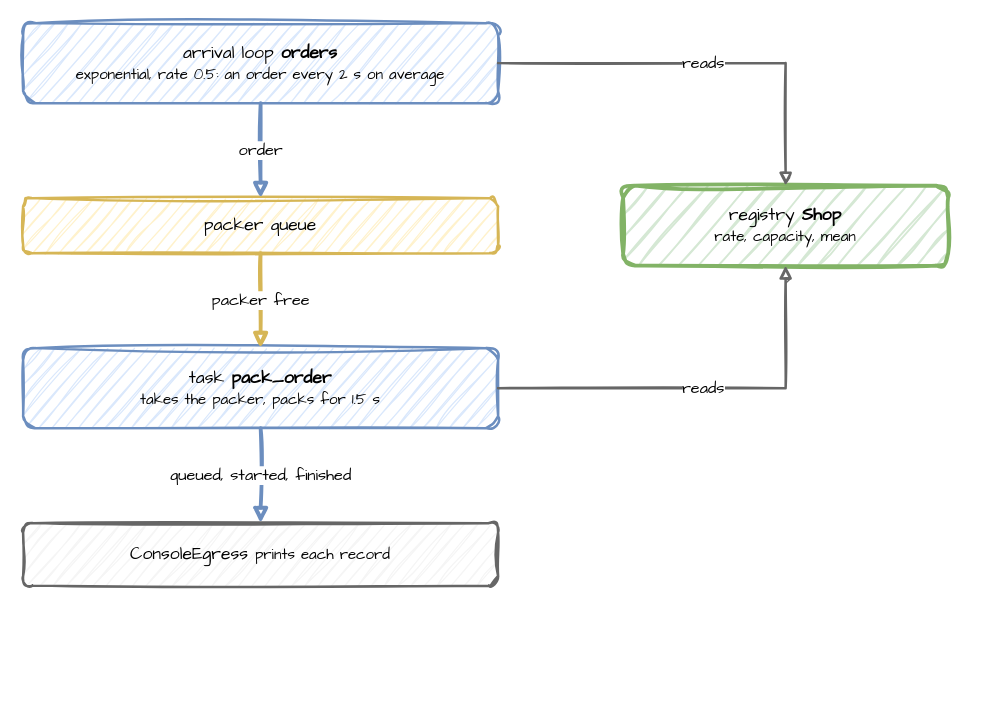
This is docs/assets/diagrams/first-shop.drawio from jaehyeon-kim/desflow, a draw.io file, before an edit. Source tidied: cells renumbered, new cells numbered last; positions are measured from the earlier drawing's top-left corner, leaving out a move shared by most shapes. Both pictures are drawn from the tidied source at 125%, with x=0, y=0 at pixel (22, 22).
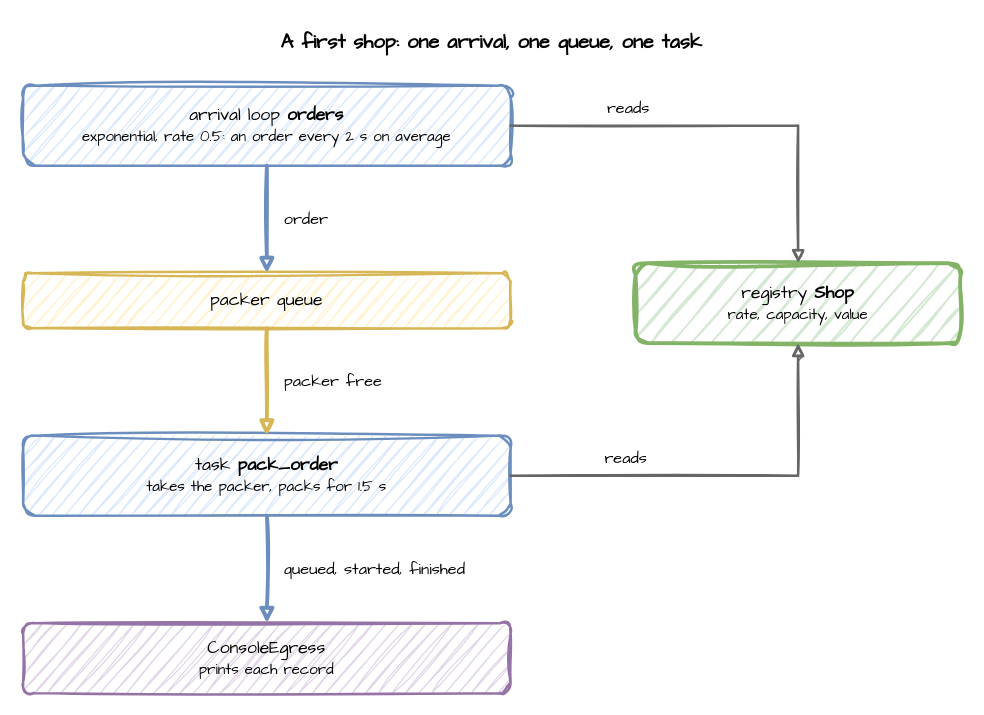
Above is the later version.

The edit, as a diff of the source:
```diff
@@
 <mxGraphModel>
   <root>
     <mxCell id="0" />
     <mxCell id="1" parent="0" />
+    <mxCell id="12" value="A first shop: one arrival, one queue, one task" style="text;html=1;align=center;verticalAlign=middle;whiteSpace=wrap;fontFamily=Comic Sans MS;fontSize=16;fontStyle=1;" parent="1" vertex="1">
+      <mxGeometry width="750" height="30" as="geometry" />
+    </mxCell>
     <mxCell id="2" value="arrival loop &lt;b&gt;orders&lt;/b&gt;&lt;br&gt;&lt;font style='font-size:12px'&gt;exponential, rate 0.5: an order every 2 s on average&lt;/font&gt;" style="rounded=1;whiteSpace=wrap;html=1;sketch=1;curveFitting=1;jiggle=2;fontFamily=Comic Sans MS;fontSize=14;fillColor=#dae8fc;strokeColor=#6c8ebf;strokeWidth=2;" parent="1" vertex="1">
-      <mxGeometry width="380" height="64" as="geometry" />
+      <mxGeometry y="50" width="390" height="64" as="geometry" />
     </mxCell>
     <mxCell id="3" value="packer queue" style="rounded=1;whiteSpace=wrap;html=1;sketch=1;curveFitting=1;jiggle=2;fontFamily=Comic Sans MS;fontSize=14;fillColor=#fff2cc;strokeColor=#d6b656;strokeWidth=2;" parent="1" vertex="1">
-      <mxGeometry y="140" width="380" height="44" as="geometry" />
+      <mxGeometry y="200" width="390" height="44" as="geometry" />
     </mxCell>
     <mxCell id="4" value="task &lt;b&gt;pack_order&lt;/b&gt;&lt;br&gt;&lt;font style='font-size:12px'&gt;takes the packer, packs for 1.5 s&lt;/font&gt;" style="rounded=1;whiteSpace=wrap;html=1;sketch=1;curveFitting=1;jiggle=2;fontFamily=Comic Sans MS;fontSize=14;fillColor=#dae8fc;strokeColor=#6c8ebf;strokeWidth=2;" parent="1" vertex="1">
-      <mxGeometry y="260" width="380" height="64" as="geometry" />
+      <mxGeometry y="330" width="390" height="64" as="geometry" />
     </mxCell>
-    <mxCell id="5" value="ConsoleEgress &lt;font style='font-size:12px'&gt;prints each record&lt;/font&gt;" style="rounded=1;whiteSpace=wrap;html=1;sketch=1;curveFitting=1;jiggle=2;fontFamily=Comic Sans MS;fontSize=14;fillColor=#f5f5f5;strokeColor=#666666;strokeWidth=2;" parent="1" vertex="1">
-      <mxGeometry y="400" width="380" height="50" as="geometry" />
+    <mxCell id="5" value="ConsoleEgress&lt;br&gt;&lt;font style='font-size:12px'&gt;prints each record&lt;/font&gt;" style="rounded=1;whiteSpace=wrap;html=1;sketch=1;curveFitting=1;jiggle=2;fontFamily=Comic Sans MS;fontSize=14;fillColor=#e1d5e7;strokeColor=#9673a6;strokeWidth=2;" parent="1" vertex="1">
+      <mxGeometry y="480" width="390" height="56" as="geometry" />
     </mxCell>
-    <mxCell id="6" value="registry &lt;b&gt;Shop&lt;/b&gt;&lt;br&gt;&lt;font style='font-size:12px'&gt;rate, capacity, mean&lt;/font&gt;" style="rounded=1;whiteSpace=wrap;html=1;sketch=1;curveFitting=1;jiggle=2;fontFamily=Comic Sans MS;fontSize=14;fillColor=#d5e8d4;strokeColor=#82b366;strokeWidth=3;" parent="1" vertex="1">
-      <mxGeometry x="480" y="130" width="260" height="64" as="geometry" />
+    <mxCell id="6" value="registry &lt;b&gt;Shop&lt;/b&gt;&lt;br&gt;&lt;font style='font-size:12px'&gt;rate, capacity, value&lt;/font&gt;" style="rounded=1;whiteSpace=wrap;html=1;sketch=1;curveFitting=1;jiggle=2;fontFamily=Comic Sans MS;fontSize=14;fillColor=#d5e8d4;strokeColor=#82b366;strokeWidth=3;" parent="1" vertex="1">
+      <mxGeometry x="490" y="192" width="260" height="64" as="geometry" />
     </mxCell>
-    <mxCell id="7" value="order" style="edgeStyle=orthogonalEdgeStyle;rounded=0;sketch=1;html=1;strokeWidth=3;endArrow=block;strokeColor=#6c8ebf;fontFamily=Comic Sans MS;fontSize=13;labelBackgroundColor=#ffffff;exitX=0.5;exitY=1;exitDx=0;exitDy=0;entryX=0.5;entryY=0;entryDx=0;entryDy=0;" parent="1" edge="1" source="2" target="3">
-      <mxGeometry relative="1" as="geometry" />
+    <mxCell id="7" value="order" style="edgeStyle=orthogonalEdgeStyle;rounded=0;sketch=1;html=1;strokeWidth=3;endArrow=block;strokeColor=#6c8ebf;fontFamily=Comic Sans MS;fontSize=13;labelBackgroundColor=#ffffff;align=left;exitX=0.5;exitY=1;exitDx=0;exitDy=0;entryX=0.5;entryY=0;entryDx=0;entryDy=0;" parent="1" edge="1" source="2" target="3">
+      <mxGeometry relative="1" as="geometry">
+        <mxPoint x="12" as="offset" />
+      </mxGeometry>
     </mxCell>
-    <mxCell id="8" value="packer free" style="edgeStyle=orthogonalEdgeStyle;rounded=0;sketch=1;html=1;strokeWidth=3;endArrow=block;strokeColor=#d6b656;fontFamily=Comic Sans MS;fontSize=13;labelBackgroundColor=#ffffff;exitX=0.5;exitY=1;exitDx=0;exitDy=0;entryX=0.5;entryY=0;entryDx=0;entryDy=0;" parent="1" edge="1" source="3" target="4">
-      <mxGeometry relative="1" as="geometry" />
+    <mxCell id="8" value="packer free" style="edgeStyle=orthogonalEdgeStyle;rounded=0;sketch=1;html=1;strokeWidth=3;endArrow=block;strokeColor=#d6b656;fontFamily=Comic Sans MS;fontSize=13;labelBackgroundColor=#ffffff;align=left;exitX=0.5;exitY=1;exitDx=0;exitDy=0;entryX=0.5;entryY=0;entryDx=0;entryDy=0;" parent="1" edge="1" source="3" target="4">
+      <mxGeometry relative="1" as="geometry">
+        <mxPoint x="12" as="offset" />
+      </mxGeometry>
     </mxCell>
-    <mxCell id="9" value="queued, started, finished" style="edgeStyle=orthogonalEdgeStyle;rounded=0;sketch=1;html=1;strokeWidth=3;endArrow=block;strokeColor=#6c8ebf;fontFamily=Comic Sans MS;fontSize=13;labelBackgroundColor=#ffffff;exitX=0.5;exitY=1;exitDx=0;exitDy=0;entryX=0.5;entryY=0;entryDx=0;entryDy=0;" parent="1" edge="1" source="4" target="5">
-      <mxGeometry relative="1" as="geometry" />
+    <mxCell id="9" value="queued, started, finished" style="edgeStyle=orthogonalEdgeStyle;rounded=0;sketch=1;html=1;strokeWidth=3;endArrow=block;strokeColor=#6c8ebf;fontFamily=Comic Sans MS;fontSize=13;labelBackgroundColor=#ffffff;align=left;exitX=0.5;exitY=1;exitDx=0;exitDy=0;entryX=0.5;entryY=0;entryDx=0;entryDy=0;" parent="1" edge="1" source="4" target="5">
+      <mxGeometry relative="1" as="geometry">
+        <mxPoint x="12" as="offset" />
+      </mxGeometry>
     </mxCell>
     <mxCell id="10" value="reads" style="edgeStyle=orthogonalEdgeStyle;rounded=0;sketch=1;html=1;strokeWidth=2;endArrow=block;strokeColor=#666666;fontFamily=Comic Sans MS;fontSize=13;labelBackgroundColor=#ffffff;exitX=1;exitY=0.5;exitDx=0;exitDy=0;entryX=0.5;entryY=0;entryDx=0;entryDy=0;" parent="1" edge="1" source="2" target="6">
-      <mxGeometry relative="1" as="geometry" />
+      <mxGeometry x="-0.45" relative="1" as="geometry">
+        <mxPoint y="-14" as="offset" />
+      </mxGeometry>
     </mxCell>
     <mxCell id="11" value="reads" style="edgeStyle=orthogonalEdgeStyle;rounded=0;sketch=1;html=1;strokeWidth=2;endArrow=block;strokeColor=#666666;fontFamily=Comic Sans MS;fontSize=13;labelBackgroundColor=#ffffff;exitX=1;exitY=0.5;exitDx=0;exitDy=0;entryX=0.5;entryY=1;entryDx=0;entryDy=0;" parent="1" edge="1" source="4" target="6">
-      <mxGeometry relative="1" as="geometry" />
+      <mxGeometry x="-0.45" relative="1" as="geometry">
+        <mxPoint y="-14" as="offset" />
+      </mxGeometry>
     </mxCell>
   </root>
 </mxGraphModel>
```
